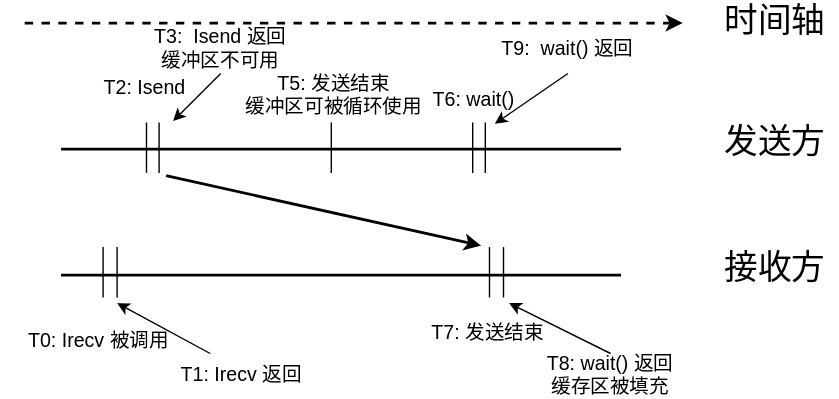
This is img/ch-mpi/non-blocking.svg from godaai/scale-py-zh, a draw.io export, as it was before one commit. Source tidied: cells renumbered, new cells last; positions are measured from the earlier drawing's top-left corner, leaving out a move shared by most shapes.
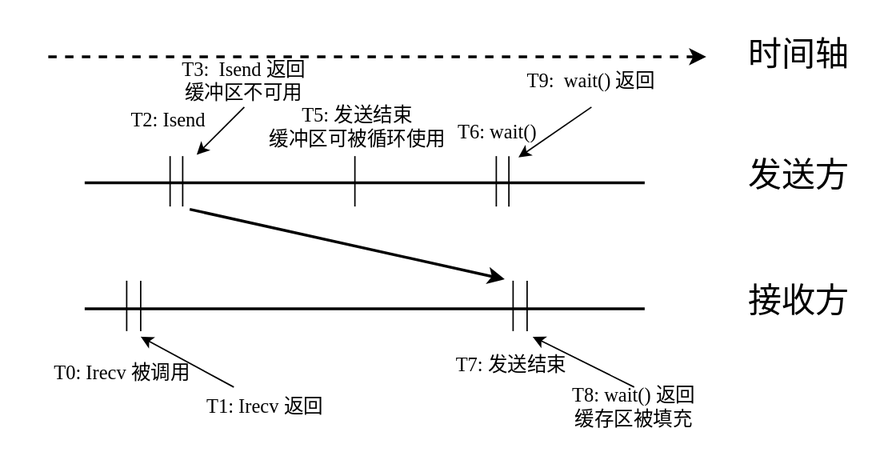
After the change.

The edit, as a diff of the source:
```diff
@@ -2,133 +2,136 @@
   <root>
     <mxCell id="0" />
     <mxCell id="1" parent="0" />
+    <mxCell id="31" style="rounded=0;whiteSpace=wrap;html=1;strokeColor=none;fillColor=none;" parent="1" vertex="1">
+      <mxGeometry x="-17" y="-24" width="640" height="340" as="geometry" />
+    </mxCell>
-    <mxCell id="2" style="endArrow=none;html=1;rounded=0;fontSize=24;strokeWidth=2;" parent="1" edge="1">
+    <mxCell id="2" style="endArrow=none;html=1;rounded=0;fontSize=24;strokeWidth=2;fontFamily=Times New Roman;" parent="1" edge="1">
       <mxGeometry relative="1" as="geometry">
         <mxPoint x="43" y="106" as="sourcePoint" />
         <mxPoint x="443" y="106" as="targetPoint" />
       </mxGeometry>
     </mxCell>
-    <mxCell id="3" value="&lt;span style=&quot;font-size: 24px;&quot;&gt;发送方&lt;/span&gt;" style="text;html=1;strokeColor=none;fillColor=none;align=center;verticalAlign=middle;whiteSpace=wrap;rounded=0;" parent="1" vertex="1">
+    <mxCell id="3" value="&lt;span style=&quot;font-size: 24px;&quot;&gt;发送方&lt;/span&gt;" style="text;html=1;strokeColor=none;fillColor=none;align=center;verticalAlign=middle;whiteSpace=wrap;rounded=0;fontFamily=Times New Roman;" parent="1" vertex="1">
       <mxGeometry x="508" y="86" width="90" height="30" as="geometry" />
     </mxCell>
-    <mxCell id="4" style="endArrow=none;html=1;rounded=0;fontSize=24;strokeWidth=2;" parent="1" edge="1">
+    <mxCell id="4" style="endArrow=none;html=1;rounded=0;fontSize=24;strokeWidth=2;fontFamily=Times New Roman;" parent="1" edge="1">
       <mxGeometry relative="1" as="geometry">
         <mxPoint x="43" y="196" as="sourcePoint" />
         <mxPoint x="443" y="196" as="targetPoint" />
       </mxGeometry>
     </mxCell>
-    <mxCell id="5" value="&lt;span style=&quot;font-size: 24px;&quot;&gt;接收方&lt;/span&gt;" style="text;html=1;strokeColor=none;fillColor=none;align=center;verticalAlign=middle;whiteSpace=wrap;rounded=0;" parent="1" vertex="1">
+    <mxCell id="5" value="&lt;span style=&quot;font-size: 24px;&quot;&gt;接收方&lt;/span&gt;" style="text;html=1;strokeColor=none;fillColor=none;align=center;verticalAlign=middle;whiteSpace=wrap;rounded=0;fontFamily=Times New Roman;" parent="1" vertex="1">
       <mxGeometry x="508" y="176" width="90" height="30" as="geometry" />
     </mxCell>
-    <mxCell id="6" style="endArrow=none;html=1;rounded=0;fontSize=24;exitX=0.5;exitY=0;exitDx=0;exitDy=0;" parent="1" edge="1">
+    <mxCell id="6" style="endArrow=none;html=1;rounded=0;fontSize=24;exitX=0.5;exitY=0;exitDx=0;exitDy=0;fontFamily=Times New Roman;" parent="1" edge="1">
       <mxGeometry relative="1" as="geometry">
         <mxPoint x="73" y="212" as="sourcePoint" />
         <mxPoint x="73" y="176" as="targetPoint" />
       </mxGeometry>
     </mxCell>
-    <mxCell id="7" value="&lt;font style=&quot;font-size: 14px;&quot;&gt;T0:&amp;nbsp;Irecv 被调用&lt;br&gt;&lt;/font&gt;" style="text;html=1;strokeColor=none;fillColor=none;align=center;verticalAlign=middle;whiteSpace=wrap;rounded=0;fontSize=14;" parent="1" vertex="1">
+    <mxCell id="7" value="&lt;font style=&quot;font-size: 14px;&quot;&gt;T0:&amp;nbsp;Irecv 被调用&lt;br&gt;&lt;/font&gt;" style="text;html=1;strokeColor=none;fillColor=none;align=center;verticalAlign=middle;whiteSpace=wrap;rounded=0;fontSize=14;fontFamily=Times New Roman;" parent="1" vertex="1">
       <mxGeometry y="225" width="140" height="36" as="geometry" />
     </mxCell>
-    <mxCell id="8" value="&lt;span style=&quot;font-size: 14px;&quot;&gt;T2: Isend&lt;/span&gt;" style="text;html=1;strokeColor=none;fillColor=none;align=center;verticalAlign=middle;whiteSpace=wrap;rounded=0;fontSize=14;" parent="1" vertex="1">
+    <mxCell id="8" value="&lt;span style=&quot;font-size: 14px;&quot;&gt;T2: Isend&lt;/span&gt;" style="text;html=1;strokeColor=none;fillColor=none;align=center;verticalAlign=middle;whiteSpace=wrap;rounded=0;fontSize=14;fontFamily=Times New Roman;" parent="1" vertex="1">
       <mxGeometry x="63" y="47" width="80" height="30" as="geometry" />
     </mxCell>
-    <mxCell id="9" style="endArrow=none;html=1;rounded=0;fontSize=24;exitX=0.5;exitY=0;exitDx=0;exitDy=0;" parent="1" edge="1">
+    <mxCell id="9" style="endArrow=none;html=1;rounded=0;fontSize=24;exitX=0.5;exitY=0;exitDx=0;exitDy=0;fontFamily=Times New Roman;" parent="1" edge="1">
       <mxGeometry relative="1" as="geometry">
         <mxPoint x="113" y="123" as="sourcePoint" />
         <mxPoint x="113" y="87" as="targetPoint" />
       </mxGeometry>
     </mxCell>
-    <mxCell id="10" style="endArrow=none;html=1;rounded=0;fontSize=24;exitX=0.5;exitY=0;exitDx=0;exitDy=0;" parent="1" edge="1">
+    <mxCell id="10" style="endArrow=none;html=1;rounded=0;fontSize=24;exitX=0.5;exitY=0;exitDx=0;exitDy=0;fontFamily=Times New Roman;" parent="1" edge="1">
       <mxGeometry relative="1" as="geometry">
         <mxPoint x="349" y="212" as="sourcePoint" />
         <mxPoint x="349" y="176" as="targetPoint" />
       </mxGeometry>
     </mxCell>
-    <mxCell id="11" style="endArrow=classic;html=1;rounded=0;fontSize=14;dashed=1;strokeWidth=2;" parent="1" edge="1">
+    <mxCell id="11" style="endArrow=classic;html=1;rounded=0;fontSize=14;dashed=1;strokeWidth=2;fontFamily=Times New Roman;" parent="1" edge="1">
       <mxGeometry relative="1" as="geometry">
         <mxPoint x="17" y="16" as="sourcePoint" />
         <mxPoint x="487" y="16" as="targetPoint" />
       </mxGeometry>
     </mxCell>
-    <mxCell id="12" value="时间轴" style="text;html=1;strokeColor=none;fillColor=none;align=center;verticalAlign=middle;whiteSpace=wrap;rounded=0;fontSize=24;" parent="1" vertex="1">
+    <mxCell id="12" value="时间轴" style="text;html=1;strokeColor=none;fillColor=none;align=center;verticalAlign=middle;whiteSpace=wrap;rounded=0;fontSize=24;fontFamily=Times New Roman;" parent="1" vertex="1">
       <mxGeometry x="508" width="90" height="30" as="geometry" />
     </mxCell>
-    <mxCell id="13" value="&lt;span style=&quot;font-size: 14px;&quot;&gt;T3:&amp;nbsp; Isend 返回&lt;br&gt;缓冲区不可用&lt;br&gt;&lt;/span&gt;" style="text;html=1;strokeColor=none;fillColor=none;align=center;verticalAlign=middle;whiteSpace=wrap;rounded=0;fontSize=14;" parent="1" vertex="1">
+    <mxCell id="13" value="&lt;span style=&quot;font-size: 14px;&quot;&gt;T3:&amp;nbsp; Isend 返回&lt;br&gt;缓冲区不可用&lt;br&gt;&lt;/span&gt;" style="text;html=1;strokeColor=none;fillColor=none;align=center;verticalAlign=middle;whiteSpace=wrap;rounded=0;fontSize=14;fontFamily=Times New Roman;" parent="1" vertex="1">
       <mxGeometry x="97" y="16" width="120" height="36" as="geometry" />
     </mxCell>
-    <mxCell id="14" style="endArrow=none;html=1;rounded=0;fontSize=24;exitX=0.5;exitY=0;exitDx=0;exitDy=0;" parent="1" edge="1">
+    <mxCell id="14" style="endArrow=none;html=1;rounded=0;fontSize=24;exitX=0.5;exitY=0;exitDx=0;exitDy=0;fontFamily=Times New Roman;" parent="1" edge="1">
       <mxGeometry relative="1" as="geometry">
         <mxPoint x="236" y="123" as="sourcePoint" />
         <mxPoint x="236" y="87" as="targetPoint" />
       </mxGeometry>
     </mxCell>
-    <mxCell id="15" value="&lt;font style=&quot;font-size: 14px;&quot;&gt;T7: 发送结束&lt;br style=&quot;font-size: 14px;&quot;&gt;&lt;/font&gt;" style="text;html=1;strokeColor=none;fillColor=none;align=center;verticalAlign=middle;whiteSpace=wrap;rounded=0;fontSize=14;" parent="1" vertex="1">
+    <mxCell id="15" value="&lt;font style=&quot;font-size: 14px;&quot;&gt;T7: 发送结束&lt;br style=&quot;font-size: 14px;&quot;&gt;&lt;/font&gt;" style="text;html=1;strokeColor=none;fillColor=none;align=center;verticalAlign=middle;whiteSpace=wrap;rounded=0;fontSize=14;fontFamily=Times New Roman;" parent="1" vertex="1">
       <mxGeometry x="283" y="222" width="130" height="30" as="geometry" />
     </mxCell>
-    <mxCell id="16" value="&lt;font style=&quot;font-size: 14px;&quot;&gt;T8: wait() 返回&lt;br&gt;缓存区被填充&lt;br style=&quot;font-size: 14px;&quot;&gt;&lt;/font&gt;" style="text;html=1;strokeColor=none;fillColor=none;align=center;verticalAlign=middle;whiteSpace=wrap;rounded=0;fontSize=14;" parent="1" vertex="1">
+    <mxCell id="16" value="&lt;font style=&quot;font-size: 14px;&quot;&gt;T8: wait() 返回&lt;br&gt;缓存区被填充&lt;br style=&quot;font-size: 14px;&quot;&gt;&lt;/font&gt;" style="text;html=1;strokeColor=none;fillColor=none;align=center;verticalAlign=middle;whiteSpace=wrap;rounded=0;fontSize=14;fontFamily=Times New Roman;" parent="1" vertex="1">
       <mxGeometry x="353" y="252" width="165" height="30" as="geometry" />
     </mxCell>
-    <mxCell id="17" style="endArrow=none;html=1;rounded=0;fontSize=24;exitX=0.5;exitY=0;exitDx=0;exitDy=0;" parent="1" edge="1">
+    <mxCell id="17" style="endArrow=none;html=1;rounded=0;fontSize=24;exitX=0.5;exitY=0;exitDx=0;exitDy=0;fontFamily=Times New Roman;" parent="1" edge="1">
       <mxGeometry relative="1" as="geometry">
         <mxPoint x="359" y="212" as="sourcePoint" />
         <mxPoint x="359" y="176" as="targetPoint" />
       </mxGeometry>
     </mxCell>
-    <mxCell id="18" style="endArrow=classic;html=1;rounded=0;fontSize=24;exitX=0.5;exitY=0;exitDx=0;exitDy=0;" parent="1" edge="1" source="16">
+    <mxCell id="18" style="endArrow=classic;html=1;rounded=0;fontSize=24;exitX=0.5;exitY=0;exitDx=0;exitDy=0;fontFamily=Times New Roman;" parent="1" edge="1" source="16">
       <mxGeometry relative="1" as="geometry">
         <mxPoint x="363" y="216" as="targetPoint" />
       </mxGeometry>
     </mxCell>
-    <mxCell id="19" value="&lt;span style=&quot;font-size: 14px;&quot;&gt;T1: Irecv 返回&lt;/span&gt;" style="text;html=1;strokeColor=none;fillColor=none;align=center;verticalAlign=middle;whiteSpace=wrap;rounded=0;fontSize=14;" parent="1" vertex="1">
+    <mxCell id="19" value="&lt;span style=&quot;font-size: 14px;&quot;&gt;T1: Irecv 返回&lt;/span&gt;" style="text;html=1;strokeColor=none;fillColor=none;align=center;verticalAlign=middle;whiteSpace=wrap;rounded=0;fontSize=14;fontFamily=Times New Roman;" parent="1" vertex="1">
       <mxGeometry x="127" y="252" width="90" height="30" as="geometry" />
     </mxCell>
-    <mxCell id="20" style="endArrow=none;html=1;rounded=0;fontSize=24;exitX=0.5;exitY=0;exitDx=0;exitDy=0;" parent="1" edge="1">
+    <mxCell id="20" style="endArrow=none;html=1;rounded=0;fontSize=24;exitX=0.5;exitY=0;exitDx=0;exitDy=0;fontFamily=Times New Roman;" parent="1" edge="1">
       <mxGeometry relative="1" as="geometry">
         <mxPoint x="83" y="212" as="sourcePoint" />
         <mxPoint x="83" y="176" as="targetPoint" />
       </mxGeometry>
     </mxCell>
-    <mxCell id="21" style="endArrow=classic;html=1;rounded=0;exitX=0.25;exitY=0;exitDx=0;exitDy=0;" parent="1" edge="1" source="19">
+    <mxCell id="21" style="endArrow=classic;html=1;rounded=0;exitX=0.25;exitY=0;exitDx=0;exitDy=0;fontFamily=Times New Roman;" parent="1" edge="1" source="19">
       <mxGeometry relative="1" as="geometry">
         <mxPoint x="83" y="216" as="targetPoint" />
       </mxGeometry>
     </mxCell>
-    <mxCell id="22" style="endArrow=none;html=1;rounded=0;fontSize=24;exitX=0.5;exitY=0;exitDx=0;exitDy=0;" parent="1" edge="1">
+    <mxCell id="22" style="endArrow=none;html=1;rounded=0;fontSize=24;exitX=0.5;exitY=0;exitDx=0;exitDy=0;fontFamily=Times New Roman;" parent="1" edge="1">
       <mxGeometry relative="1" as="geometry">
         <mxPoint x="104" y="123" as="sourcePoint" />
         <mxPoint x="104" y="87" as="targetPoint" />
       </mxGeometry>
     </mxCell>
-    <mxCell id="23" style="endArrow=classic;html=1;rounded=0;exitX=0.5;exitY=1;exitDx=0;exitDy=0;" parent="1" edge="1" source="13">
+    <mxCell id="23" style="endArrow=classic;html=1;rounded=0;exitX=0.5;exitY=1;exitDx=0;exitDy=0;fontFamily=Times New Roman;" parent="1" edge="1" source="13">
       <mxGeometry relative="1" as="geometry">
         <mxPoint x="123" y="86" as="targetPoint" />
       </mxGeometry>
     </mxCell>
-    <mxCell id="24" value="T5: 发送结束&lt;br&gt;缓冲区可被循环使用" style="text;html=1;strokeColor=none;fillColor=none;align=center;verticalAlign=middle;whiteSpace=wrap;rounded=0;fontSize=14;" parent="1" vertex="1">
+    <mxCell id="24" value="T5: 发送结束&lt;br&gt;缓冲区可被循环使用" style="text;html=1;strokeColor=none;fillColor=none;align=center;verticalAlign=middle;whiteSpace=wrap;rounded=0;fontSize=14;fontFamily=Times New Roman;" parent="1" vertex="1">
       <mxGeometry x="173" y="52" width="130" height="30" as="geometry" />
     </mxCell>
-    <mxCell id="25" style="endArrow=none;html=1;rounded=0;fontSize=24;exitX=0.5;exitY=0;exitDx=0;exitDy=0;" parent="1" edge="1">
+    <mxCell id="25" style="endArrow=none;html=1;rounded=0;fontSize=24;exitX=0.5;exitY=0;exitDx=0;exitDy=0;fontFamily=Times New Roman;" parent="1" edge="1">
       <mxGeometry relative="1" as="geometry">
         <mxPoint x="337" y="123" as="sourcePoint" />
         <mxPoint x="337" y="87" as="targetPoint" />
       </mxGeometry>
     </mxCell>
-    <mxCell id="26" value="T6: wait()" style="text;html=1;strokeColor=none;fillColor=none;align=center;verticalAlign=middle;whiteSpace=wrap;rounded=0;fontSize=14;" parent="1" vertex="1">
+    <mxCell id="26" value="T6: wait()" style="text;html=1;strokeColor=none;fillColor=none;align=center;verticalAlign=middle;whiteSpace=wrap;rounded=0;fontSize=14;fontFamily=Times New Roman;" parent="1" vertex="1">
       <mxGeometry x="273" y="56" width="130" height="30" as="geometry" />
     </mxCell>
-    <mxCell id="27" style="endArrow=none;html=1;rounded=0;fontSize=24;exitX=0.5;exitY=0;exitDx=0;exitDy=0;" parent="1" edge="1">
+    <mxCell id="27" style="endArrow=none;html=1;rounded=0;fontSize=24;exitX=0.5;exitY=0;exitDx=0;exitDy=0;fontFamily=Times New Roman;" parent="1" edge="1">
       <mxGeometry relative="1" as="geometry">
         <mxPoint x="346" y="123" as="sourcePoint" />
         <mxPoint x="346" y="87" as="targetPoint" />
       </mxGeometry>
     </mxCell>
-    <mxCell id="28" value="&lt;span style=&quot;font-size: 14px;&quot;&gt;T9:&amp;nbsp; wait() 返回&lt;br&gt;&lt;/span&gt;" style="text;html=1;strokeColor=none;fillColor=none;align=center;verticalAlign=middle;whiteSpace=wrap;rounded=0;fontSize=14;" parent="1" vertex="1">
+    <mxCell id="28" value="&lt;span style=&quot;font-size: 14px;&quot;&gt;T9:&amp;nbsp; wait() 返回&lt;br&gt;&lt;/span&gt;" style="text;html=1;strokeColor=none;fillColor=none;align=center;verticalAlign=middle;whiteSpace=wrap;rounded=0;fontSize=14;fontFamily=Times New Roman;" parent="1" vertex="1">
       <mxGeometry x="345" y="16" width="120" height="36" as="geometry" />
     </mxCell>
-    <mxCell id="29" style="endArrow=classic;html=1;rounded=0;exitX=0.5;exitY=1;exitDx=0;exitDy=0;entryX=0.614;entryY=1.065;entryDx=0;entryDy=0;entryPerimeter=0;" parent="1" edge="1" source="28" target="26">
+    <mxCell id="29" style="endArrow=classic;html=1;rounded=0;exitX=0.5;exitY=1;exitDx=0;exitDy=0;entryX=0.614;entryY=1.065;entryDx=0;entryDy=0;entryPerimeter=0;fontFamily=Times New Roman;" parent="1" edge="1" source="28" target="26">
       <mxGeometry relative="1" as="geometry" />
     </mxCell>
-    <mxCell id="30" style="endArrow=classic;html=1;rounded=0;strokeWidth=2;fontSize=14;" parent="1" edge="1">
+    <mxCell id="30" style="endArrow=classic;html=1;rounded=0;strokeWidth=2;fontSize=14;fontFamily=Times New Roman;" parent="1" edge="1">
       <mxGeometry relative="1" as="geometry">
         <mxPoint x="118" y="125" as="sourcePoint" />
         <mxPoint x="343" y="175" as="targetPoint" />
```
